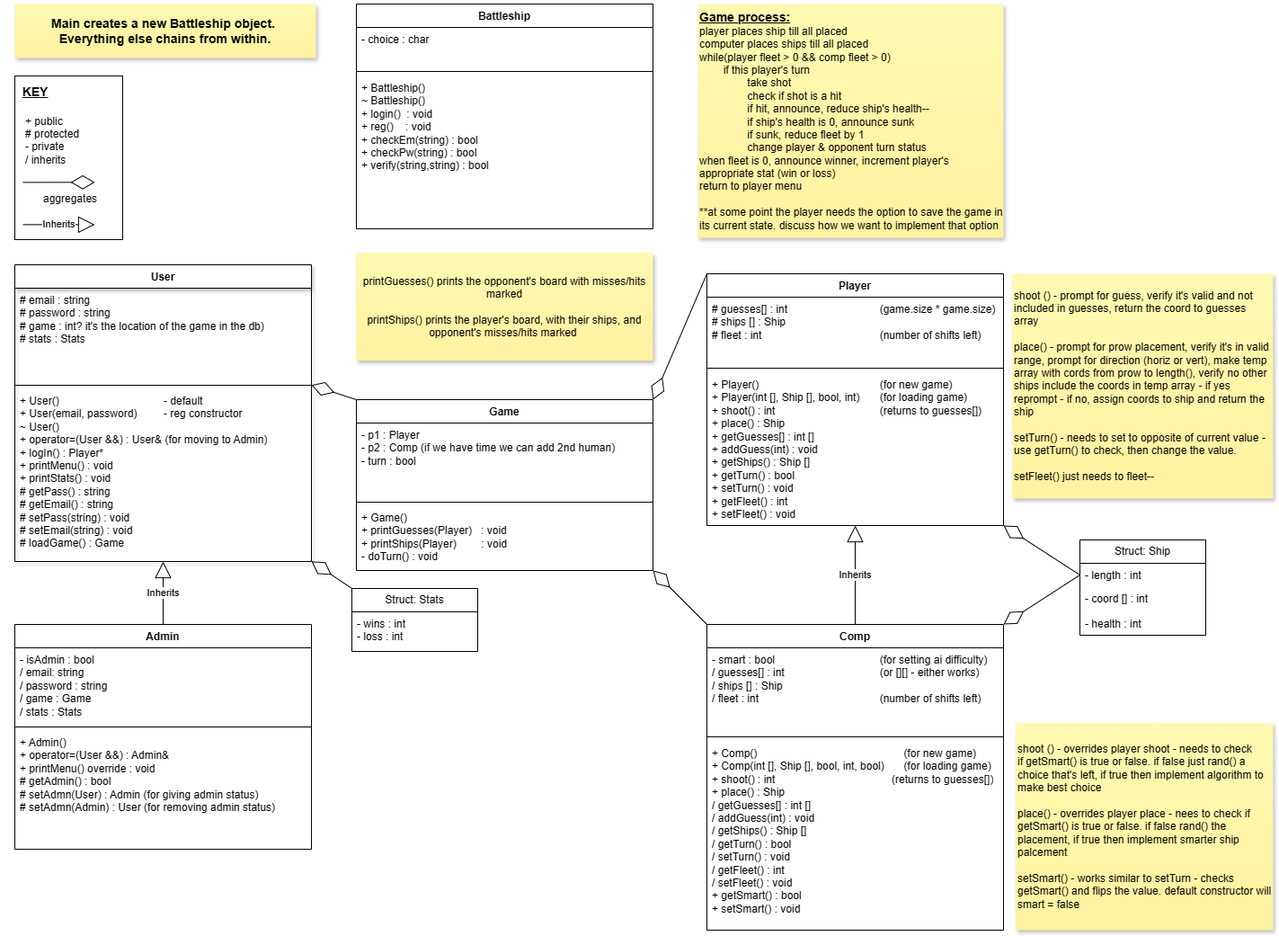
StephaniePeacock/Battleship keeps this draw.io diagram as BattleshipClasses.drawio.png. Above is the earlier version. Source tidied: cells renumbered, new cells last; positions are measured from the earlier drawing's top-left corner, leaving out a move shared by most shapes.
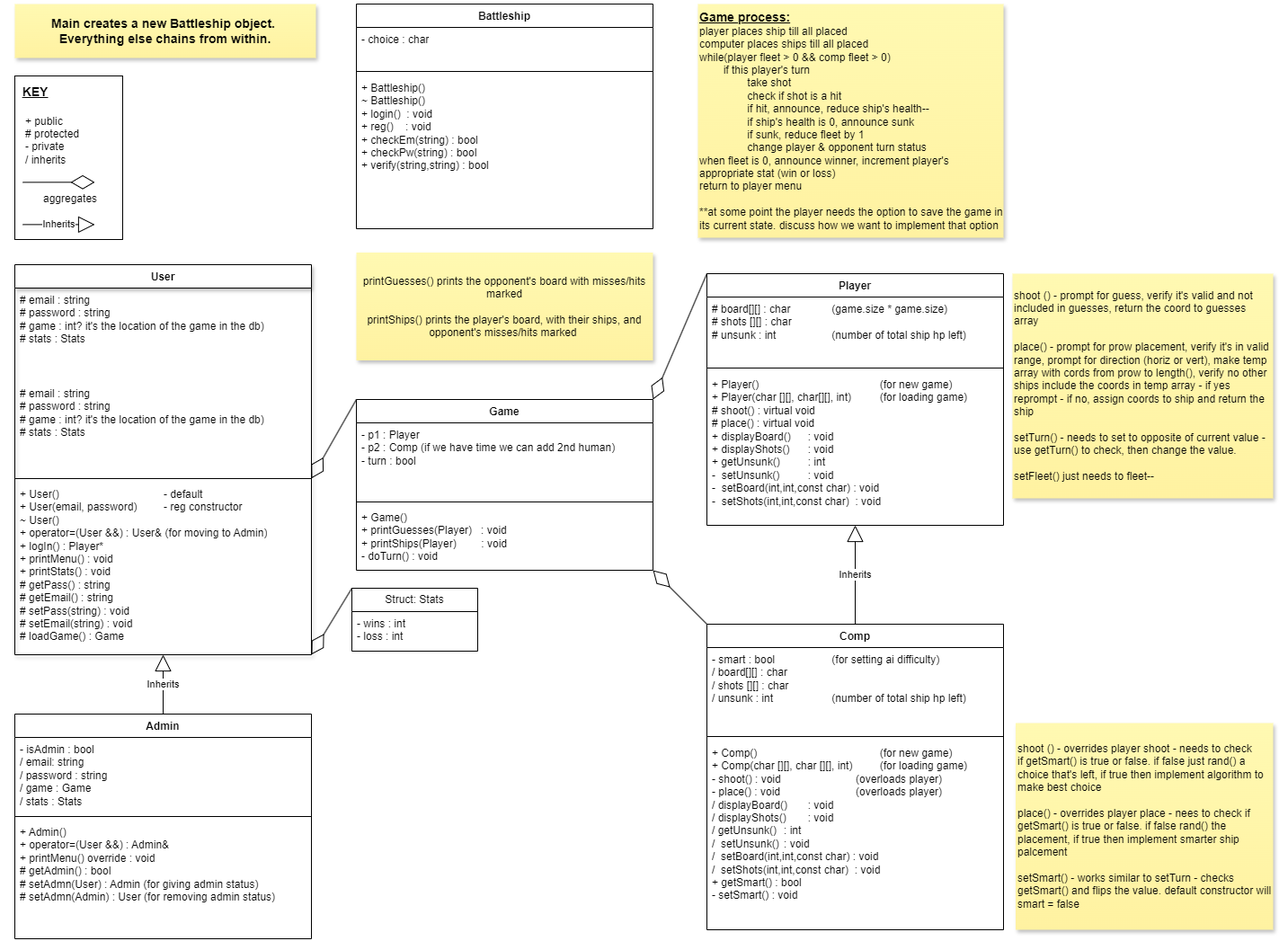
After the commit.

Commit message:
Update Player & Comp

What changed in the source:
```diff
@@ -5,12 +5,15 @@
     <mxCell id="2" value="User" style="swimlane;fontStyle=1;align=center;verticalAlign=top;horizontal=1;startSize=26;whiteSpace=wrap;html=1;shadow=1;" parent="1" vertex="1">
-      <mxGeometry y="290" width="330" height="330" as="geometry" />
+      <mxGeometry y="290" width="330" height="434" as="geometry" />
     </mxCell>
+    <mxCell id="49" value="# email : string&lt;br&gt;# password : string&lt;div&gt;&lt;div&gt;# game : int? it's the location of the game in the db)&lt;/div&gt;&lt;div&gt;# stats : Stats&lt;/div&gt;&lt;/div&gt;" style="text;strokeColor=none;fillColor=none;align=left;verticalAlign=top;spacingLeft=4;spacingRight=4;overflow=hidden;whiteSpace=wrap;html=1;" parent="2" vertex="1">
+      <mxGeometry y="26" width="330" height="104" as="geometry" />
+    </mxCell>
     <mxCell id="3" value="# email : string&lt;br&gt;# password : string&lt;div&gt;&lt;div&gt;# game : int? it's the location of the game in the db)&lt;/div&gt;&lt;div&gt;# stats : Stats&lt;/div&gt;&lt;/div&gt;" style="text;strokeColor=none;fillColor=none;align=left;verticalAlign=top;spacingLeft=4;spacingRight=4;overflow=hidden;whiteSpace=wrap;html=1;" parent="2" vertex="1">
-      <mxGeometry y="26" width="330" height="104" as="geometry" />
+      <mxGeometry y="130" width="330" height="104" as="geometry" />
     </mxCell>
     <mxCell id="4" style="line;strokeWidth=1;fillColor=none;align=left;verticalAlign=middle;spacingTop=-1;spacingLeft=3;spacingRight=3;labelPosition=right;points=[];portConstraint=eastwest;strokeColor=inherit;" parent="2" vertex="1">
-      <mxGeometry y="130" width="330" height="8" as="geometry" />
+      <mxGeometry y="234" width="330" height="8" as="geometry" />
     </mxCell>
     <mxCell id="5" value="+ User()&lt;span style=&quot;white-space: pre;&quot;&gt;&#9;&lt;/span&gt;&lt;span style=&quot;white-space: pre;&quot;&gt;&#9;&lt;/span&gt;&lt;span style=&quot;white-space: pre;&quot;&gt;&#9;&lt;span style=&quot;white-space: pre;&quot;&gt;&#9;&lt;/span&gt;&lt;span style=&quot;white-space: pre;&quot;&gt;&#9;&lt;/span&gt;&lt;/span&gt;- default&lt;br&gt;+ User(email, password) &lt;span style=&quot;white-space: pre;&quot;&gt;&#9;&lt;/span&gt;- reg constructor&lt;div&gt;&lt;div&gt;~ User()&lt;/div&gt;&lt;div&gt;+ operator=(User &amp;amp;&amp;amp;) : User&amp;amp; (for moving to Admin)&lt;br&gt;&lt;div&gt;+ logIn() : Player*&lt;/div&gt;&lt;div&gt;+ printMenu() : void&lt;/div&gt;&lt;/div&gt;&lt;div&gt;+ printStats() : void&lt;/div&gt;&lt;div&gt;# getPass() : string&lt;/div&gt;&lt;div&gt;# getEmail() : string&lt;/div&gt;&lt;div&gt;&lt;span style=&quot;background-color: initial;&quot;&gt;# setPass(string) : void&lt;/span&gt;&lt;br&gt;&lt;/div&gt;&lt;div&gt;# setEmail(string) : void&lt;/div&gt;&lt;div&gt;# loadGame() : Game&lt;/div&gt;&lt;div&gt;&lt;br&gt;&lt;/div&gt;&lt;/div&gt;" style="text;strokeColor=none;fillColor=none;align=left;verticalAlign=top;spacingLeft=4;spacingRight=4;overflow=hidden;points=[[0,0.5],[1,0.5]];portConstraint=eastwest;whiteSpace=wrap;html=1;" parent="2" vertex="1">
-      <mxGeometry y="138" width="330" height="192" as="geometry" />
+      <mxGeometry y="242" width="330" height="192" as="geometry" />
     </mxCell>
@@ -19,3 +22,3 @@
     </mxCell>
-    <mxCell id="7" value="# guesses[] : int&amp;nbsp; &amp;nbsp;&lt;span style=&quot;white-space: pre;&quot;&gt;&#9;&lt;/span&gt;&lt;span style=&quot;white-space: pre;&quot;&gt;&#9;&lt;/span&gt;&lt;span style=&quot;white-space: pre;&quot;&gt;&#9;&lt;/span&gt;&lt;span style=&quot;white-space: pre;&quot;&gt;&#9;&lt;/span&gt;(game.size * game.size)&lt;div&gt;# ships [] : Ship&lt;/div&gt;&lt;div&gt;# fleet : int&amp;nbsp; &lt;span style=&quot;white-space: pre;&quot;&gt;&#9;&lt;/span&gt;&lt;span style=&quot;white-space: pre;&quot;&gt;&#9;&lt;span style=&quot;white-space: pre;&quot;&gt;&#9;&lt;/span&gt;&lt;span style=&quot;white-space: pre;&quot;&gt;&#9;&lt;/span&gt;&lt;span style=&quot;white-space: pre;&quot;&gt;&#9;&lt;/span&gt;&lt;/span&gt;(number of shifts left)&lt;/div&gt;" style="text;strokeColor=none;fillColor=none;align=left;verticalAlign=top;spacingLeft=4;spacingRight=4;overflow=hidden;whiteSpace=wrap;html=1;" parent="6" vertex="1">
+    <mxCell id="7" value="# board[][] : char&amp;nbsp; &amp;nbsp;&lt;span style=&quot;white-space: pre;&quot;&gt;&#9;&lt;/span&gt;&lt;span style=&quot;white-space: pre;&quot;&gt;&#9;&lt;/span&gt;(game.size * game.size)&lt;div&gt;# shots [][] : char&lt;/div&gt;&lt;div&gt;# unsunk : int&amp;nbsp; &lt;span style=&quot;white-space: pre;&quot;&gt;&#9;&lt;/span&gt;&lt;span style=&quot;white-space: pre;&quot;&gt;&#9;&lt;span style=&quot;white-space: pre;&quot;&gt;&#9;&lt;/span&gt;&lt;/span&gt;(number of total ship hp left)&lt;/div&gt;" style="text;strokeColor=none;fillColor=none;align=left;verticalAlign=top;spacingLeft=4;spacingRight=4;overflow=hidden;whiteSpace=wrap;html=1;" parent="6" vertex="1">
       <mxGeometry y="26" width="330" height="74" as="geometry" />
@@ -25,3 +28,3 @@
     </mxCell>
-    <mxCell id="9" value="+ Player() &lt;span style=&quot;white-space: pre;&quot;&gt;&#9;&lt;/span&gt;&lt;span style=&quot;white-space: pre;&quot;&gt;&#9;&lt;/span&gt;&lt;span style=&quot;white-space: pre;&quot;&gt;&#9;&lt;/span&gt;&lt;span style=&quot;white-space: pre;&quot;&gt;&#9;&lt;/span&gt;&lt;span style=&quot;white-space: pre;&quot;&gt;&#9;&lt;/span&gt;(for new game)&lt;div&gt;+ Player(int [], Ship [], bool, int) &lt;span style=&quot;white-space: pre;&quot;&gt;&#9;&lt;/span&gt;(for loading game)&lt;/div&gt;&lt;div&gt;+ shoot() : int &lt;span style=&quot;white-space: pre;&quot;&gt;&#9;&lt;/span&gt;&lt;span style=&quot;white-space: pre;&quot;&gt;&#9;&lt;/span&gt;&lt;span style=&quot;white-space: pre;&quot;&gt;&#9;&lt;/span&gt;&lt;span style=&quot;white-space: pre;&quot;&gt;&#9;&lt;/span&gt;&lt;span style=&quot;white-space: pre;&quot;&gt;&#9;&lt;/span&gt;(returns to guesses[])&lt;/div&gt;&lt;div&gt;+ place() : Ship&lt;/div&gt;&lt;div&gt;+ getGuesses[] : int []&lt;/div&gt;&lt;div&gt;+ addGuess(int) : void&lt;/div&gt;&lt;div&gt;+ getShips() : Ship []&lt;/div&gt;&lt;div&gt;+ getTurn() : bool&lt;/div&gt;&lt;div&gt;+ setTurn() : void&lt;/div&gt;&lt;div&gt;+ getFleet() : int&lt;/div&gt;&lt;div&gt;+ setFleet() : void&lt;/div&gt;" style="text;strokeColor=none;fillColor=none;align=left;verticalAlign=top;spacingLeft=4;spacingRight=4;overflow=hidden;points=[[0,0.5],[1,0.5]];portConstraint=eastwest;whiteSpace=wrap;html=1;" parent="6" vertex="1">
+    <mxCell id="9" value="+ Player() &lt;span style=&quot;white-space: pre;&quot;&gt;&#9;&lt;/span&gt;&lt;span style=&quot;white-space: pre;&quot;&gt;&#9;&lt;/span&gt;&lt;span style=&quot;white-space: pre;&quot;&gt;&#9;&lt;/span&gt;&lt;span style=&quot;white-space: pre;&quot;&gt;&#9;&lt;/span&gt;&lt;span style=&quot;white-space: pre;&quot;&gt;&#9;&lt;/span&gt;(for new game)&lt;div&gt;+ Player(char [][], char[][], int) &lt;span style=&quot;white-space: pre;&quot;&gt;&#9;&lt;/span&gt;(for loading game)&lt;/div&gt;&lt;div&gt;# shoot() : virtual void&lt;span style=&quot;white-space: pre;&quot;&gt;&#9;&lt;/span&gt;&lt;span style=&quot;white-space: pre;&quot;&gt;&#9;&lt;/span&gt;&lt;span style=&quot;white-space: pre;&quot;&gt;&#9;&lt;/span&gt;&lt;span style=&quot;white-space: pre;&quot;&gt;&#9;&lt;/span&gt;&lt;/div&gt;&lt;div&gt;# place() : virtual void&lt;/div&gt;&lt;div&gt;+ displayBoard() &lt;span style=&quot;white-space: pre;&quot;&gt;&#9;&lt;/span&gt;: void&lt;/div&gt;&lt;div&gt;+ displayShots() &lt;span style=&quot;white-space: pre;&quot;&gt;&#9;&lt;/span&gt;: void&lt;/div&gt;&lt;div&gt;+ getUnsunk() &lt;span style=&quot;white-space: pre;&quot;&gt;&#9;&lt;/span&gt;: int&lt;/div&gt;&lt;div&gt;-&amp;nbsp; setUnsunk() &lt;span style=&quot;white-space: pre;&quot;&gt;&#9;&lt;/span&gt;: void&lt;/div&gt;&lt;div&gt;&lt;div&gt;-&amp;nbsp; setBoard(int,int,const char) : void&lt;/div&gt;&lt;div&gt;-&amp;nbsp; setShots(int,int,const char)&amp;nbsp; : void&lt;/div&gt;&lt;/div&gt;" style="text;strokeColor=none;fillColor=none;align=left;verticalAlign=top;spacingLeft=4;spacingRight=4;overflow=hidden;points=[[0,0.5],[1,0.5]];portConstraint=eastwest;whiteSpace=wrap;html=1;" parent="6" vertex="1">
       <mxGeometry y="110" width="330" height="170" as="geometry" />
@@ -29,3 +32,3 @@
     <mxCell id="10" value="Admin" style="swimlane;fontStyle=1;align=center;verticalAlign=top;horizontal=1;startSize=26;whiteSpace=wrap;html=1;" parent="1" vertex="1">
-      <mxGeometry y="690" width="330" height="250" as="geometry" />
+      <mxGeometry y="790" width="330" height="250" as="geometry" />
     </mxCell>
@@ -52,14 +55,2 @@
     </mxCell>
-    <mxCell id="18" value="Struct: Ship" style="swimlane;fontStyle=0;horizontal=1;startSize=26;fillColor=none;whiteSpace=wrap;html=1;" parent="1" vertex="1">
-      <mxGeometry x="1185" y="596" width="140" height="106" as="geometry" />
-    </mxCell>
-    <mxCell id="19" value="- length : int" style="text;strokeColor=none;fillColor=none;align=left;verticalAlign=top;spacingLeft=4;spacingRight=4;overflow=hidden;points=[[0,0.5],[1,0.5]];portConstraint=eastwest;whiteSpace=wrap;html=1;" parent="18" vertex="1">
-      <mxGeometry y="26" width="140" height="26" as="geometry" />
-    </mxCell>
-    <mxCell id="20" value="- coord [] : int" style="text;strokeColor=none;fillColor=none;align=left;verticalAlign=top;spacingLeft=4;spacingRight=4;overflow=hidden;whiteSpace=wrap;html=1;" parent="18" vertex="1">
-      <mxGeometry y="52" width="140" height="28" as="geometry" />
-    </mxCell>
-    <mxCell id="21" value="- health : int" style="text;strokeColor=none;fillColor=none;align=left;verticalAlign=top;spacingLeft=4;spacingRight=4;overflow=hidden;whiteSpace=wrap;html=1;" parent="18" vertex="1">
-      <mxGeometry y="80" width="140" height="26" as="geometry" />
-    </mxCell>
     <mxCell id="22" value="shoot () - prompt for guess, verify it's valid and not included in guesses, return the coord to guesses array&lt;div&gt;&lt;br&gt;&lt;/div&gt;&lt;div&gt;place() - prompt for prow placement, verify it's in valid range, prompt for direction (horiz or vert), make temp array with cords from prow to length(), verify no other ships include the coords in temp array - if yes reprompt - if no, assign coords to ship and return the ship&lt;/div&gt;&lt;div&gt;&lt;br&gt;&lt;/div&gt;&lt;div&gt;setTurn() - needs to set to opposite of current value - use getTurn() to check, then change the value.&lt;/div&gt;&lt;div&gt;&lt;br&gt;&lt;/div&gt;&lt;div&gt;setFleet() just needs to fleet--&amp;nbsp;&lt;/div&gt;" style="shape=note;whiteSpace=wrap;html=1;backgroundOutline=1;fontColor=#000000;darkOpacity=0.05;fillColor=#FFF9B2;strokeColor=none;fillStyle=solid;direction=west;gradientDirection=north;gradientColor=#FFF2A1;shadow=1;size=0;align=left;" parent="1" vertex="1">
@@ -76,3 +67,3 @@
     </mxCell>
-    <mxCell id="26" value="&lt;div&gt;- smart : bool&lt;span style=&quot;white-space: pre;&quot;&gt;&#9;&lt;/span&gt;&lt;span style=&quot;white-space: pre;&quot;&gt;&#9;&lt;/span&gt;&lt;span style=&quot;white-space: pre;&quot;&gt;&#9;&lt;/span&gt;&lt;span style=&quot;white-space: pre;&quot;&gt;&#9;&lt;/span&gt;&lt;span style=&quot;white-space: pre;&quot;&gt;&#9;&lt;/span&gt;(for setting ai difficulty)&lt;/div&gt;/ guesses[] : int&amp;nbsp; &amp;nbsp;&lt;span style=&quot;white-space: pre;&quot;&gt;&#9;&lt;span style=&quot;white-space: pre;&quot;&gt;&#9;&lt;/span&gt;&lt;span style=&quot;white-space: pre;&quot;&gt;&#9;&lt;/span&gt;&lt;span style=&quot;white-space: pre;&quot;&gt;&#9;&lt;/span&gt;&lt;/span&gt;(or [][] - either works)&lt;div&gt;/ ships [] : Ship&lt;/div&gt;&lt;div&gt;&lt;span style=&quot;background-color: initial;&quot;&gt;/ fleet : int&amp;nbsp; &lt;/span&gt;&lt;span style=&quot;background-color: initial; white-space: pre;&quot;&gt;&#9;&lt;/span&gt;&lt;span style=&quot;background-color: initial; white-space: pre;&quot;&gt;&#9;&lt;span style=&quot;white-space: pre;&quot;&gt;&#9;&lt;/span&gt;&lt;span style=&quot;white-space: pre;&quot;&gt;&#9;&lt;/span&gt;&lt;span style=&quot;white-space: pre;&quot;&gt;&#9;&lt;/span&gt;&lt;/span&gt;&lt;span style=&quot;background-color: initial;&quot;&gt;(number of shifts left)&lt;/span&gt;&lt;br&gt;&lt;/div&gt;" style="text;strokeColor=none;fillColor=none;align=left;verticalAlign=top;spacingLeft=4;spacingRight=4;overflow=hidden;whiteSpace=wrap;html=1;" parent="25" vertex="1">
+    <mxCell id="26" value="&lt;div&gt;- smart : bool&lt;span style=&quot;white-space: pre;&quot;&gt;&#9;&lt;/span&gt;&lt;span style=&quot;white-space: pre;&quot;&gt;&#9;&lt;/span&gt;&lt;span style=&quot;white-space: pre;&quot;&gt;&#9;&lt;/span&gt;(for setting ai difficulty)&lt;/div&gt;/ board[][] : char&amp;nbsp; &amp;nbsp;&lt;span style=&quot;white-space: pre;&quot;&gt;&#9;&lt;span style=&quot;white-space: pre;&quot;&gt;&#9;&lt;/span&gt;&lt;span style=&quot;white-space: pre;&quot;&gt;&#9;&lt;/span&gt;&lt;span style=&quot;white-space: pre;&quot;&gt;&#9;&lt;/span&gt;&lt;/span&gt;&lt;div&gt;/ shots [][] : char&lt;/div&gt;&lt;div&gt;&lt;span style=&quot;background-color: initial;&quot;&gt;/ unsunk : int&amp;nbsp; &lt;/span&gt;&lt;span style=&quot;background-color: initial; white-space: pre;&quot;&gt;&#9;&lt;/span&gt;&lt;span style=&quot;background-color: initial; white-space: pre;&quot;&gt;&#9;&lt;span style=&quot;white-space: pre;&quot;&gt;&#9;&lt;/span&gt;&lt;/span&gt;&lt;span style=&quot;background-color: initial;&quot;&gt;(number of total ship hp left)&lt;/span&gt;&lt;br&gt;&lt;/div&gt;" style="text;strokeColor=none;fillColor=none;align=left;verticalAlign=top;spacingLeft=4;spacingRight=4;overflow=hidden;whiteSpace=wrap;html=1;" parent="25" vertex="1">
       <mxGeometry y="26" width="330" height="94" as="geometry" />
@@ -82,3 +73,3 @@
     </mxCell>
-    <mxCell id="28" value="+ Comp() &lt;span style=&quot;white-space: pre;&quot;&gt;&#9;&lt;/span&gt;&lt;span style=&quot;white-space: pre;&quot;&gt;&#9;&lt;/span&gt;&lt;span style=&quot;white-space: pre;&quot;&gt;&#9;&lt;/span&gt;&lt;span style=&quot;white-space: pre;&quot;&gt;&#9;&lt;/span&gt;&lt;span style=&quot;white-space: pre;&quot;&gt;&#9;&lt;/span&gt;&amp;nbsp; &amp;nbsp; &amp;nbsp; &amp;nbsp; (for new game)&lt;div&gt;+ Comp(int [], Ship [], bool, int, bool) &lt;span style=&quot;white-space: pre;&quot;&gt;&#9;&lt;/span&gt;(for loading game)&lt;/div&gt;&lt;div&gt;+ shoot() : int &lt;span style=&quot;white-space: pre;&quot;&gt;&#9;&lt;/span&gt;&lt;span style=&quot;white-space: pre;&quot;&gt;&#9;&lt;/span&gt;&lt;span style=&quot;white-space: pre;&quot;&gt;&#9;&lt;/span&gt;&lt;span style=&quot;white-space: pre;&quot;&gt;&#9;&lt;/span&gt;&lt;span style=&quot;white-space: pre;&quot;&gt;&#9;&lt;/span&gt;&amp;nbsp; &amp;nbsp; (returns to guesses[])&lt;/div&gt;&lt;div&gt;+ place() : Ship&lt;/div&gt;&lt;div&gt;/ getGuesses[] : int []&lt;/div&gt;&lt;div&gt;/ addGuess(int) : void&lt;/div&gt;&lt;div&gt;/ getShips() : Ship []&lt;/div&gt;&lt;div&gt;/ getTurn() : bool&lt;/div&gt;&lt;div&gt;/ setTurn() : void&lt;/div&gt;&lt;div&gt;/ getFleet() : int&lt;/div&gt;&lt;div&gt;/ setFleet() : void&lt;/div&gt;&lt;div&gt;+ getSmart() : bool&lt;/div&gt;&lt;div&gt;+ setSmart() : void&lt;span style=&quot;white-space: pre;&quot;&gt;&#9;&lt;/span&gt;&lt;/div&gt;" style="text;strokeColor=none;fillColor=none;align=left;verticalAlign=top;spacingLeft=4;spacingRight=4;overflow=hidden;whiteSpace=wrap;html=1;" parent="25" vertex="1">
+    <mxCell id="28" value="+ Comp() &lt;span style=&quot;white-space: pre;&quot;&gt;&#9;&lt;/span&gt;&lt;span style=&quot;white-space: pre;&quot;&gt;&#9;&lt;/span&gt;&lt;span style=&quot;white-space: pre;&quot;&gt;&#9;&lt;/span&gt;&lt;span style=&quot;white-space: pre;&quot;&gt;&#9;&lt;/span&gt;&lt;span style=&quot;white-space: pre;&quot;&gt;&#9;&lt;/span&gt;(for new game)&lt;div&gt;+ Comp(char [][], char [][], int) &lt;span style=&quot;white-space: pre;&quot;&gt;&#9;&lt;/span&gt;(for loading game)&lt;/div&gt;&lt;div&gt;&lt;div&gt;- shoot() : void&lt;span style=&quot;white-space: pre;&quot;&gt;&#9;&lt;/span&gt;&lt;span style=&quot;white-space: pre;&quot;&gt;&#9;&lt;span style=&quot;white-space: pre;&quot;&gt;&#9;&lt;/span&gt;&lt;span style=&quot;white-space: pre;&quot;&gt;&#9;&lt;/span&gt;&lt;/span&gt;(overloads player)&lt;span style=&quot;white-space: pre;&quot;&gt;&#9;&lt;/span&gt;&lt;span style=&quot;white-space: pre;&quot;&gt;&#9;&lt;/span&gt;&lt;/div&gt;&lt;div&gt;- place() : void&lt;span style=&quot;white-space: pre;&quot;&gt;&#9;&lt;/span&gt;&lt;span style=&quot;white-space: pre;&quot;&gt;&#9;&lt;/span&gt;&lt;span style=&quot;white-space: pre;&quot;&gt;&#9;&lt;/span&gt;&lt;span style=&quot;white-space: pre;&quot;&gt;&#9;&lt;/span&gt;&lt;span style=&quot;background-color: initial;&quot;&gt;(overloads player)&lt;/span&gt;&lt;/div&gt;&lt;div&gt;/ displayBoard()&amp;nbsp;&lt;span style=&quot;white-space: pre;&quot;&gt;&#9;&lt;/span&gt;: void&lt;/div&gt;&lt;div&gt;/ displayShots()&amp;nbsp;&lt;span style=&quot;white-space: pre;&quot;&gt;&#9;&lt;/span&gt;: void&lt;/div&gt;&lt;div&gt;/ getUnsunk()&amp;nbsp;&lt;span style=&quot;white-space: pre;&quot;&gt;&#9;&lt;/span&gt;: int&lt;/div&gt;&lt;div&gt;/&amp;nbsp; setUnsunk()&amp;nbsp;&lt;span style=&quot;white-space: pre;&quot;&gt;&#9;&lt;/span&gt;: void&lt;/div&gt;&lt;div&gt;&lt;div&gt;/&amp;nbsp; setBoard(int,int,const char) : void&lt;/div&gt;&lt;div&gt;/&amp;nbsp; setShots(int,int,const char)&amp;nbsp; : void&lt;/div&gt;&lt;/div&gt;&lt;/div&gt;&lt;div&gt;+ getSmart() : bool&lt;/div&gt;&lt;div&gt;- setSmart() : void&lt;span style=&quot;white-space: pre;&quot;&gt;&#9;&lt;/span&gt;&lt;/div&gt;" style="text;strokeColor=none;fillColor=none;align=left;verticalAlign=top;spacingLeft=4;spacingRight=4;overflow=hidden;whiteSpace=wrap;html=1;" parent="25" vertex="1">
       <mxGeometry y="130" width="330" height="210" as="geometry" />
@@ -94,8 +85,2 @@
     </mxCell>
-    <mxCell id="32" style="endArrow=diamondThin;endFill=0;endSize=24;html=1;rounded=0;exitX=0;exitY=0.5;exitDx=0;exitDy=0;entryX=1;entryY=1;entryDx=0;entryDy=0;entryPerimeter=0;" parent="1" edge="1" source="19" target="9">
-      <mxGeometry relative="1" as="geometry" />
-    </mxCell>
-    <mxCell id="33" style="endArrow=diamondThin;endFill=0;endSize=24;html=1;rounded=0;exitX=0;exitY=0.5;exitDx=0;exitDy=0;entryX=1;entryY=0;entryDx=0;entryDy=0;" parent="1" edge="1" source="19" target="25">
-      <mxGeometry relative="1" as="geometry" />
-    </mxCell>
     <mxCell id="34" style="endArrow=diamondThin;endFill=0;endSize=24;html=1;rounded=0;exitX=0;exitY=0;exitDx=0;exitDy=0;entryX=1;entryY=1;entryDx=0;entryDy=0;entryPerimeter=0;" parent="1" edge="1" source="25" target="17">
```
